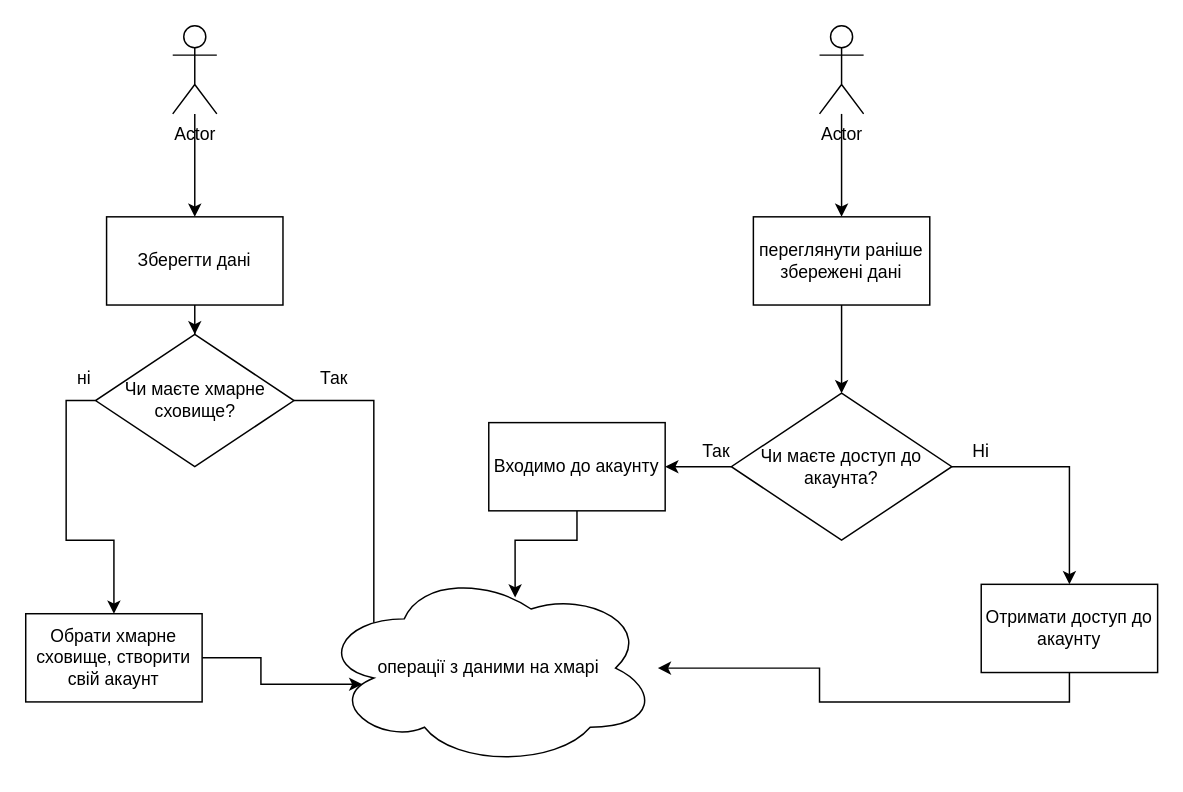
Anna1209z/UML1 keeps this draw.io diagram as Untitled Diagram.drawio. Above is the earlier version. Source tidied: cells renumbered, new cells numbered last; positions are measured from the earlier drawing's top-left corner, leaving out a move shared by most shapes. Both pictures are drawn from the tidied source at 147%, with x=0, y=0 at pixel (25, 25).
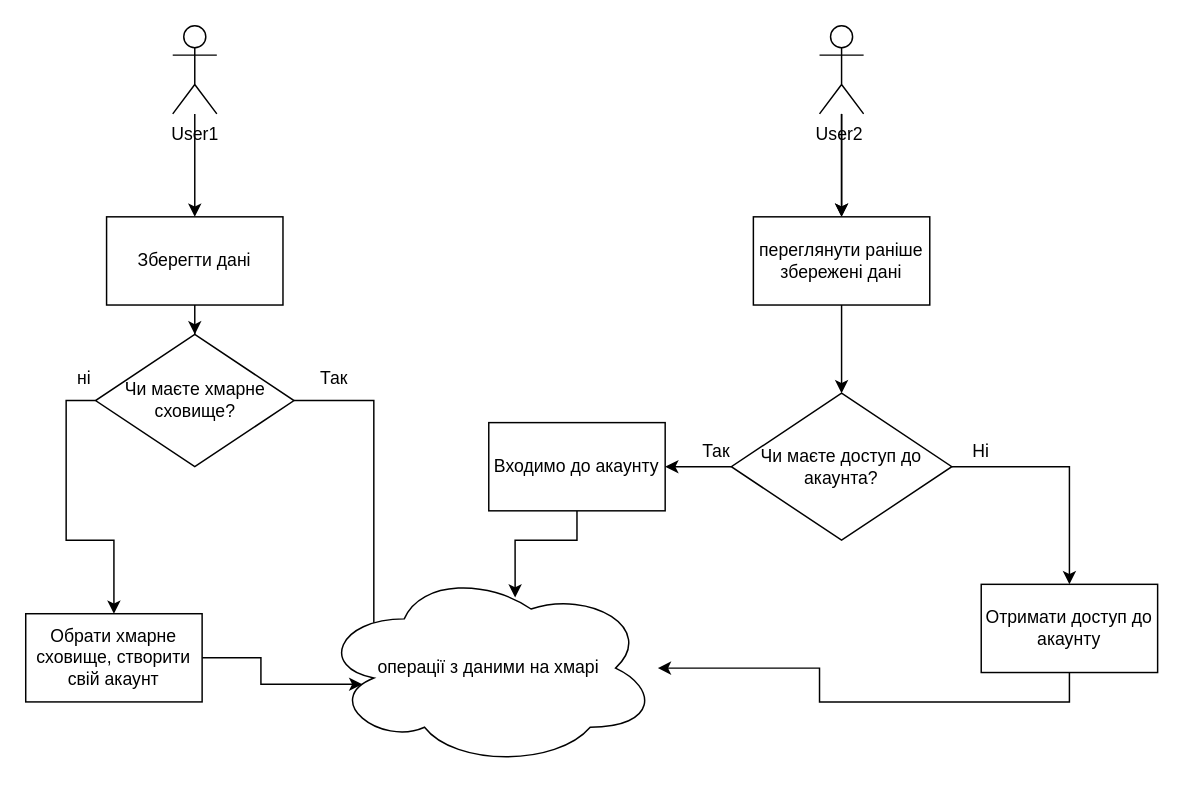
The same page after the edit.

The change refers to these unchanged cells:
```xml
<mxCell id="16" value="переглянути раніше збережені дані" style="rounded=0;whiteSpace=wrap;html=1;" parent="1" vertex="1">
  <mxGeometry x="495" y="130" width="120" height="60" as="geometry" />
</mxCell>
```

Diff of the diagram source:
```diff
@@
-    <mxCell id="3" value="Actor" style="shape=umlActor;verticalLabelPosition=bottom;verticalAlign=top;html=1;outlineConnect=0;" parent="1" vertex="1">
+    <mxCell id="3" value="User1" style="shape=umlActor;verticalLabelPosition=bottom;verticalAlign=top;html=1;outlineConnect=0;" parent="1" vertex="1">
       <mxGeometry x="100" width="30" height="60" as="geometry" />
     </mxCell>
@@
+    <mxCell id="27" style="edgeStyle=orthogonalEdgeStyle;rounded=0;jettySize=auto;html=1;" parent="1" edge="1" source="14" target="16">
+      <mxGeometry relative="1" as="geometry" />
+    </mxCell>
-    <mxCell id="14" value="Actor" style="shape=umlActor;verticalLabelPosition=bottom;verticalAlign=top;html=1;outlineConnect=0;" parent="1" vertex="1">
+    <mxCell id="14" value="User2&amp;nbsp;" style="shape=umlActor;verticalLabelPosition=bottom;verticalAlign=top;html=1;outlineConnect=0;" parent="1" vertex="1">
       <mxGeometry x="540" width="30" height="60" as="geometry" />
     </mxCell>
```
